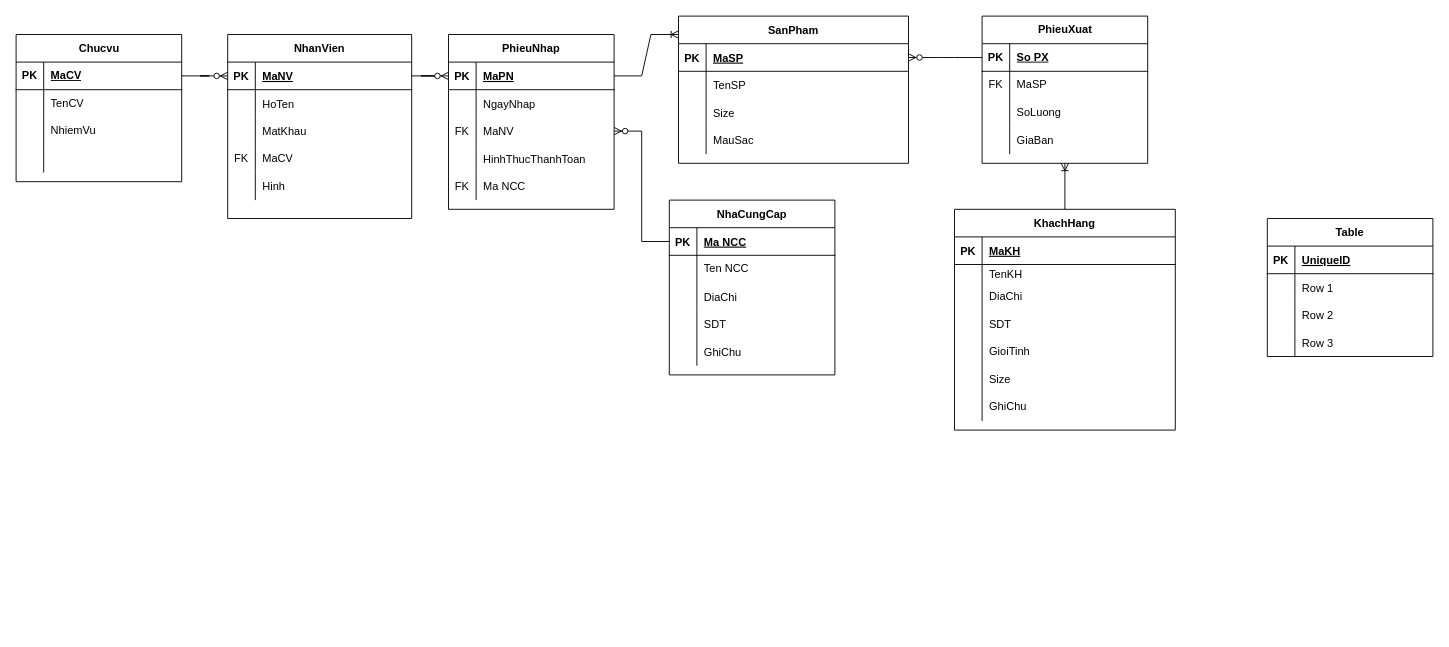
The draw.io diagram ERD.drawio in Westeros091/Snethlios, before the edit. Source tidied: cells renumbered, new cells numbered last; positions are measured from the earlier drawing's top-left corner, leaving out a move shared by most shapes. Both pictures are drawn from the tidied source at 92%, with x=0, y=0 at pixel (16, 16).
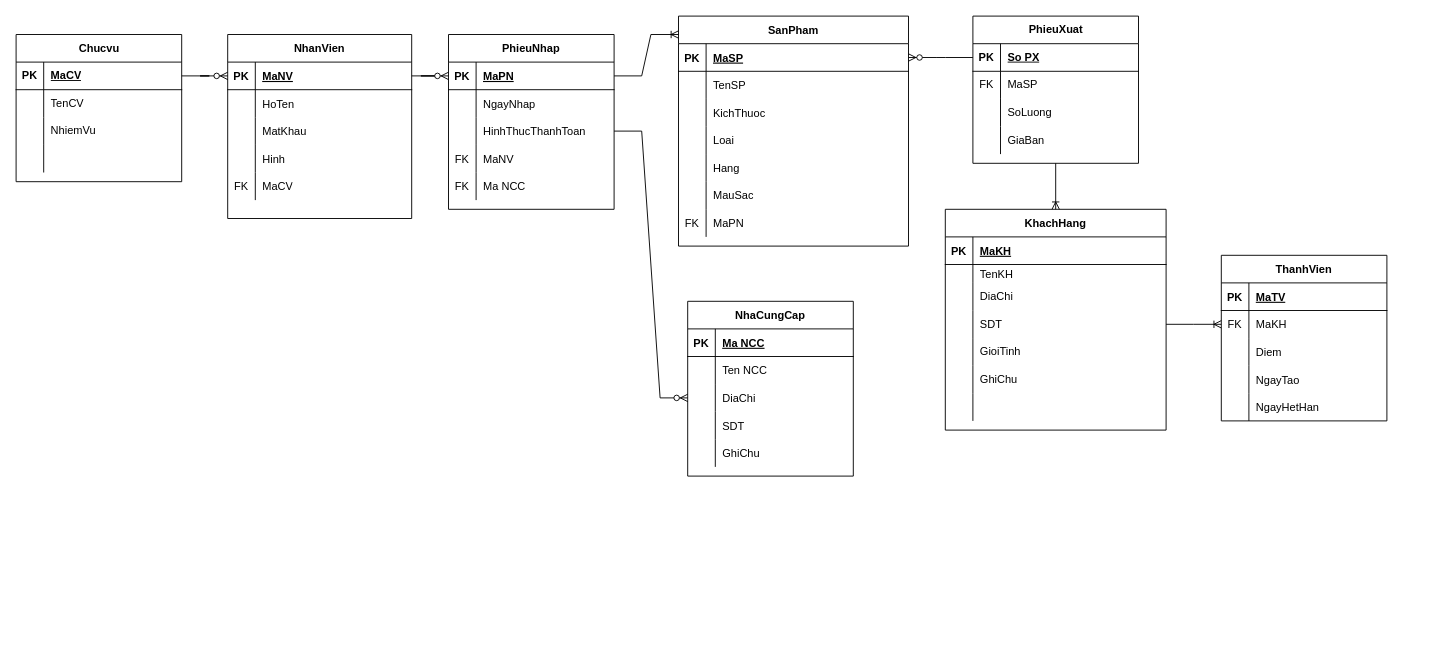
The same page after the edit.

Commit message:
Hieu: ve them trong ERD.drawio

The change refers to these unchanged cells:
```xml
<mxCell id="9" style="shape=partialRectangle;fillColor=none;top=0;left=0;right=0;bottom=0;" parent="2" vertex="1">
  <mxGeometry y="90" width="250" height="30" as="geometry" />
</mxCell>
<mxCell id="25" style="shape=partialRectangle;fillColor=none;points=[[0,0.5],[1,0.5]];portConstraint=eastwest;top=0;left=0;right=0;bottom=0;" parent="15" vertex="1">
  <mxGeometry y="110" width="240" height="30" as="geometry" />
</mxCell>
<mxCell id="37" value="NhanVien" style="shape=table;startSize=30;childLayout=tableLayout;rowLines=0;fontStyle=1;align=center;" parent="1" vertex="1">
  <mxGeometry x="230" y="20" width="200" height="200" as="geometry" />
</mxCell>
<mxCell id="53" value="PhieuNhap" style="shape=table;startSize=30;childLayout=tableLayout;rowLines=0;fontStyle=1;align=center;" parent="1" vertex="1">
  <mxGeometry x="470" y="20" width="180" height="190" as="geometry" />
</mxCell>
<mxCell id="70" style="shape=tableRow;horizontal=0;startSize=0;swimlaneHead=0;swimlaneBody=0;fillColor=none;points=[[0,0.5],[1,0.5]];portConstraint=eastwest;top=0;left=0;right=0;bottom=1;" parent="69" vertex="1">
  <mxGeometry y="30" width="180" height="30" as="geometry" />
</mxCell>
<mxCell id="76" style="shape=tableRow;horizontal=0;startSize=0;swimlaneHead=0;swimlaneBody=0;fillColor=none;points=[[0,0.5],[1,0.5]];portConstraint=eastwest;top=0;left=0;right=0;bottom=0;" parent="69" vertex="1">
  <mxGeometry y="90" width="180" height="30" as="geometry" />
</mxCell>
<mxCell id="119" style="shape=tableRow;horizontal=0;startSize=0;swimlaneHead=0;swimlaneBody=0;fillColor=none;top=0;left=0;right=0;bottom=1;" parent="118" vertex="1">
  <mxGeometry y="30" width="180" height="30" as="geometry" />
</mxCell>
<mxCell id="122" style="shape=tableRow;horizontal=0;startSize=0;swimlaneHead=0;swimlaneBody=0;fillColor=none;points=[[0,0.5],[1,0.5]];portConstraint=eastwest;top=0;left=0;right=0;bottom=0;" parent="118" vertex="1">
  <mxGeometry y="60" width="180" height="30" as="geometry" />
</mxCell>
<mxCell id="125" style="shape=tableRow;horizontal=0;startSize=0;swimlaneHead=0;swimlaneBody=0;fillColor=none;top=0;left=0;right=0;bottom=0;" parent="118" vertex="1">
  <mxGeometry y="90" width="180" height="30" as="geometry" />
</mxCell>
<mxCell id="128" style="shape=tableRow;horizontal=0;startSize=0;swimlaneHead=0;swimlaneBody=0;fillColor=none;top=0;left=0;right=0;bottom=0;" parent="118" vertex="1">
  <mxGeometry y="120" width="180" height="30" as="geometry" />
</mxCell>
```

Change to the diagram source:
```diff
@@
     <mxCell id="2" value="SanPham" style="shape=table;startSize=30;childLayout=tableLayout;rowLines=0;fontStyle=1;align=center;" parent="1" vertex="1">
-      <mxGeometry x="720" width="250" height="160" as="geometry" />
+      <mxGeometry x="720" width="250" height="250" as="geometry" />
     </mxCell>
@@
-    <mxCell id="11" value="Size" style="shape=partialRectangle;overflow=hidden;fillColor=none;top=0;left=0;bottom=0;right=0;align=left;spacingLeft=6;" parent="9" vertex="1">
+    <mxCell id="11" value="KichThuoc" style="shape=partialRectangle;overflow=hidden;fillColor=none;top=0;left=0;bottom=0;right=0;align=left;spacingLeft=6;" parent="9" vertex="1">
       <mxGeometry x="30" width="220" height="30" as="geometry" />
     </mxCell>
+    <mxCell id="131" style="shape=tableRow;horizontal=0;startSize=0;swimlaneHead=0;swimlaneBody=0;fillColor=none;top=0;left=0;right=0;bottom=0;" parent="2" vertex="1">
+      <mxGeometry y="120" width="250" height="30" as="geometry" />
+    </mxCell>
+    <mxCell id="132" style="shape=partialRectangle;fillColor=none;top=0;left=0;bottom=0;right=0;overflow=hidden;" parent="131" vertex="1">
+      <mxGeometry width="30" height="30" as="geometry" />
+    </mxCell>
+    <mxCell id="133" value="Loai" style="shape=partialRectangle;fillColor=none;top=0;left=0;bottom=0;right=0;align=left;spacingLeft=6;overflow=hidden;" parent="131" vertex="1">
+      <mxGeometry x="30" width="220" height="30" as="geometry" />
+    </mxCell>
+    <mxCell id="134" style="shape=tableRow;horizontal=0;startSize=0;swimlaneHead=0;swimlaneBody=0;fillColor=none;top=0;left=0;right=0;bottom=0;" parent="2" vertex="1">
+      <mxGeometry y="150" width="250" height="30" as="geometry" />
+    </mxCell>
+    <mxCell id="135" style="shape=partialRectangle;fillColor=none;top=0;left=0;bottom=0;right=0;overflow=hidden;" parent="134" vertex="1">
+      <mxGeometry width="30" height="30" as="geometry" />
+    </mxCell>
+    <mxCell id="136" value="Hang" style="shape=partialRectangle;fillColor=none;top=0;left=0;bottom=0;right=0;align=left;spacingLeft=6;overflow=hidden;" parent="134" vertex="1">
+      <mxGeometry x="30" width="220" height="30" as="geometry" />
+    </mxCell>
     <mxCell id="12" style="shape=tableRow;horizontal=0;startSize=0;swimlaneHead=0;swimlaneBody=0;fillColor=none;top=0;left=0;right=0;bottom=0;labelBackgroundColor=none;html=1;" parent="2" vertex="1">
-      <mxGeometry y="120" width="250" height="30" as="geometry" />
+      <mxGeometry y="180" width="250" height="30" as="geometry" />
     </mxCell>
@@
+    <mxCell id="137" style="shape=tableRow;horizontal=0;startSize=0;swimlaneHead=0;swimlaneBody=0;fillColor=none;top=0;left=0;right=0;bottom=0;" parent="2" vertex="1">
+      <mxGeometry y="210" width="250" height="30" as="geometry" />
+    </mxCell>
+    <mxCell id="138" value="FK" style="shape=partialRectangle;fillColor=none;top=0;left=0;bottom=0;right=0;fontStyle=0;overflow=hidden;" parent="137" vertex="1">
+      <mxGeometry width="30" height="30" as="geometry" />
+    </mxCell>
+    <mxCell id="139" value="MaPN" style="shape=partialRectangle;fillColor=none;top=0;left=0;bottom=0;right=0;align=left;spacingLeft=6;fontStyle=0;overflow=hidden;" parent="137" vertex="1">
+      <mxGeometry x="30" width="220" height="30" as="geometry" />
+    </mxCell>
     <mxCell id="15" value="KhachHang" style="shape=table;startSize=30;childLayout=tableLayout;rowLines=0;fontStyle=1;align=center;" parent="1" vertex="1">
-      <mxGeometry x="1020" y="210" width="240" height="240" as="geometry" />
+      <mxGeometry x="1010" y="210" width="240" height="240" as="geometry" />
     </mxCell>
@@
+    <mxCell id="34" style="shape=tableRow;horizontal=0;startSize=0;swimlaneHead=0;swimlaneBody=0;fillColor=none;top=0;left=0;right=0;bottom=0;labelBackgroundColor=none;html=1;" parent="15" vertex="1">
+      <mxGeometry y="170" width="240" height="30" as="geometry" />
+    </mxCell>
+    <mxCell id="35" style="shape=partialRectangle;fillColor=none;top=0;left=0;bottom=0;right=0;overflow=hidden;labelBackgroundColor=none;html=1;" parent="34" vertex="1">
+      <mxGeometry width="30" height="30" as="geometry" />
+    </mxCell>
+    <mxCell id="36" value="GhiChu" style="shape=partialRectangle;fillColor=none;top=0;left=0;bottom=0;right=0;align=left;spacingLeft=6;overflow=hidden;labelBackgroundColor=none;html=1;" parent="34" vertex="1">
+      <mxGeometry x="30" width="210" height="30" as="geometry" />
+    </mxCell>
     <mxCell id="31" style="shape=tableRow;horizontal=0;startSize=0;swimlaneHead=0;swimlaneBody=0;fillColor=none;top=0;left=0;right=0;bottom=0;labelBackgroundColor=none;html=1;" parent="15" vertex="1">
-      <mxGeometry y="170" width="240" height="30" as="geometry" />
+      <mxGeometry y="200" width="240" height="30" as="geometry" />
     </mxCell>
@@
-    <mxCell id="33" value="Size" style="shape=partialRectangle;fillColor=none;top=0;left=0;bottom=0;right=0;align=left;spacingLeft=6;overflow=hidden;labelBackgroundColor=none;html=1;" parent="31" vertex="1">
+    <mxCell id="33" style="shape=partialRectangle;fillColor=none;top=0;left=0;bottom=0;right=0;align=left;spacingLeft=6;overflow=hidden;labelBackgroundColor=none;html=1;" parent="31" vertex="1">
       <mxGeometry x="30" width="210" height="30" as="geometry" />
     </mxCell>
-    <mxCell id="34" style="shape=tableRow;horizontal=0;startSize=0;swimlaneHead=0;swimlaneBody=0;fillColor=none;top=0;left=0;right=0;bottom=0;labelBackgroundColor=none;html=1;" parent="15" vertex="1">
-      <mxGeometry y="200" width="240" height="30" as="geometry" />
-    </mxCell>
-    <mxCell id="35" style="shape=partialRectangle;fillColor=none;top=0;left=0;bottom=0;right=0;overflow=hidden;labelBackgroundColor=none;html=1;" parent="34" vertex="1">
-      <mxGeometry width="30" height="30" as="geometry" />
-    </mxCell>
-    <mxCell id="36" value="GhiChu" style="shape=partialRectangle;fillColor=none;top=0;left=0;bottom=0;right=0;align=left;spacingLeft=6;overflow=hidden;labelBackgroundColor=none;html=1;" parent="34" vertex="1">
-      <mxGeometry x="30" width="210" height="30" as="geometry" />
-    </mxCell>
@@
+    <mxCell id="50" style="shape=tableRow;horizontal=0;startSize=0;swimlaneHead=0;swimlaneBody=0;fillColor=none;top=0;left=0;right=0;bottom=0;" parent="37" vertex="1">
+      <mxGeometry y="120" width="200" height="30" as="geometry" />
+    </mxCell>
+    <mxCell id="51" style="shape=partialRectangle;fillColor=none;top=0;left=0;bottom=0;right=0;overflow=hidden;" parent="50" vertex="1">
+      <mxGeometry width="30" height="30" as="geometry" />
+    </mxCell>
+    <mxCell id="52" value="Hinh" style="shape=partialRectangle;fillColor=none;top=0;left=0;bottom=0;right=0;align=left;spacingLeft=6;overflow=hidden;" parent="50" vertex="1">
+      <mxGeometry x="30" width="170" height="30" as="geometry" />
+    </mxCell>
     <mxCell id="47" style="shape=tableRow;horizontal=0;startSize=0;swimlaneHead=0;swimlaneBody=0;fillColor=none;top=0;left=0;right=0;bottom=0;labelBackgroundColor=none;html=1;" parent="37" vertex="1">
-      <mxGeometry y="120" width="200" height="30" as="geometry" />
+      <mxGeometry y="150" width="200" height="30" as="geometry" />
     </mxCell>
@@
-    <mxCell id="50" style="shape=tableRow;horizontal=0;startSize=0;swimlaneHead=0;swimlaneBody=0;fillColor=none;top=0;left=0;right=0;bottom=0;" parent="37" vertex="1">
-      <mxGeometry y="150" width="200" height="30" as="geometry" />
-    </mxCell>
-    <mxCell id="51" style="shape=partialRectangle;fillColor=none;top=0;left=0;bottom=0;right=0;overflow=hidden;" parent="50" vertex="1">
-      <mxGeometry width="30" height="30" as="geometry" />
-    </mxCell>
-    <mxCell id="52" value="Hinh" style="shape=partialRectangle;fillColor=none;top=0;left=0;bottom=0;right=0;align=left;spacingLeft=6;overflow=hidden;" parent="50" vertex="1">
-      <mxGeometry x="30" width="170" height="30" as="geometry" />
-    </mxCell>
@@
+    <mxCell id="63" style="shape=tableRow;horizontal=0;startSize=0;swimlaneHead=0;swimlaneBody=0;fillColor=none;points=[[0,0.5],[1,0.5]];portConstraint=eastwest;top=0;left=0;right=0;bottom=0;" parent="53" vertex="1">
+      <mxGeometry y="90" width="180" height="30" as="geometry" />
+    </mxCell>
+    <mxCell id="64" style="shape=partialRectangle;fillColor=none;top=0;left=0;bottom=0;right=0;overflow=hidden;" parent="63" vertex="1">
+      <mxGeometry width="30" height="30" as="geometry" />
+    </mxCell>
+    <mxCell id="65" value="HinhThucThanhToan" style="shape=partialRectangle;fillColor=none;top=0;left=0;bottom=0;right=0;align=left;spacingLeft=6;overflow=hidden;" parent="63" vertex="1">
+      <mxGeometry x="30" width="150" height="30" as="geometry" />
+    </mxCell>
     <mxCell id="60" style="shape=tableRow;horizontal=0;startSize=0;swimlaneHead=0;swimlaneBody=0;fillColor=none;points=[[0,0.5],[1,0.5]];portConstraint=eastwest;top=0;left=0;right=0;bottom=0;" parent="53" vertex="1">
-      <mxGeometry y="90" width="180" height="30" as="geometry" />
+      <mxGeometry y="120" width="180" height="30" as="geometry" />
     </mxCell>
@@
-    <mxCell id="63" style="shape=tableRow;horizontal=0;startSize=0;swimlaneHead=0;swimlaneBody=0;fillColor=none;points=[[0,0.5],[1,0.5]];portConstraint=eastwest;top=0;left=0;right=0;bottom=0;" parent="53" vertex="1">
-      <mxGeometry y="120" width="180" height="30" as="geometry" />
-    </mxCell>
-    <mxCell id="64" style="shape=partialRectangle;fillColor=none;top=0;left=0;bottom=0;right=0;overflow=hidden;" parent="63" vertex="1">
-      <mxGeometry width="30" height="30" as="geometry" />
-    </mxCell>
-    <mxCell id="65" value="HinhThucThanhToan" style="shape=partialRectangle;fillColor=none;top=0;left=0;bottom=0;right=0;align=left;spacingLeft=6;overflow=hidden;" parent="63" vertex="1">
-      <mxGeometry x="30" width="150" height="30" as="geometry" />
-    </mxCell>
@@
     <mxCell id="69" value="NhaCungCap" style="shape=table;startSize=30;childLayout=tableLayout;rowLines=0;fontStyle=1;align=center;" parent="1" vertex="1">
-      <mxGeometry x="710" y="200" width="180" height="190" as="geometry" />
+      <mxGeometry x="730" y="310" width="180" height="190" as="geometry" />
     </mxCell>
@@
-    <mxCell id="99" style="edgeStyle=entityRelationEdgeStyle;fontSize=12;html=1;endArrow=ERzeroToMany;endFill=1;rounded=0;exitX=0;exitY=0.5;exitDx=0;exitDy=0;entryX=1;entryY=0.5;entryDx=0;entryDy=0;" parent="1" edge="1" source="70" target="60">
+    <mxCell id="99" style="edgeStyle=entityRelationEdgeStyle;fontSize=12;html=1;endArrow=ERzeroToMany;endFill=1;rounded=0;exitX=1;exitY=0.5;exitDx=0;exitDy=0;entryX=0;entryY=0.5;entryDx=0;entryDy=0;" parent="1" edge="1" source="63" target="76">
       <mxGeometry relative="1" as="geometry" />
     </mxCell>
     <mxCell id="100" value="PhieuXuat" style="shape=table;startSize=30;childLayout=tableLayout;rowLines=0;fontStyle=1;align=center;labelBackgroundColor=none;html=1;" parent="1" vertex="1">
-      <mxGeometry x="1050" width="180" height="160" as="geometry" />
+      <mxGeometry x="1040" width="180" height="160" as="geometry" />
     </mxCell>
@@
-    <mxCell id="116" style="fontSize=12;html=1;endArrow=ERoneToMany;rounded=0;exitX=0.5;exitY=0;exitDx=0;exitDy=0;entryX=0.5;entryY=1;entryDx=0;entryDy=0;" parent="1" edge="1" source="15" target="100">
+    <mxCell id="116" style="fontSize=12;html=1;endArrow=none;rounded=0;exitX=0.5;exitY=0;exitDx=0;exitDy=0;entryX=0.5;entryY=1;entryDx=0;entryDy=0;startArrow=ERoneToMany;startFill=0;endFill=0;" parent="1" edge="1" source="15" target="100">
       <mxGeometry relative="1" as="geometry" />
     </mxCell>
@@
-    <mxCell id="118" value="Table" style="shape=table;startSize=30;childLayout=tableLayout;rowLines=0;fontStyle=1;align=center;" parent="1" vertex="1">
-      <mxGeometry x="1360" y="220" width="180" height="150" as="geometry" />
+    <mxCell id="118" value="ThanhVien" style="shape=table;startSize=30;childLayout=tableLayout;rowLines=0;fontStyle=1;align=center;" parent="1" vertex="1">
+      <mxGeometry x="1310" y="260" width="180" height="180" as="geometry" />
     </mxCell>
@@
-    <mxCell id="121" value="UniqueID" style="shape=partialRectangle;fillColor=none;top=0;left=0;bottom=0;right=0;align=left;spacingLeft=6;fontStyle=5;overflow=hidden;" parent="119" vertex="1">
+    <mxCell id="121" value="MaTV" style="shape=partialRectangle;fillColor=none;top=0;left=0;bottom=0;right=0;align=left;spacingLeft=6;fontStyle=5;overflow=hidden;" parent="119" vertex="1">
       <mxGeometry x="30" width="150" height="30" as="geometry" />
     </mxCell>
@@
-    <mxCell id="123" style="shape=partialRectangle;fillColor=none;top=0;left=0;bottom=0;right=0;overflow=hidden;" parent="122" vertex="1">
+    <mxCell id="123" value="FK" style="shape=partialRectangle;fillColor=none;top=0;left=0;bottom=0;right=0;overflow=hidden;" parent="122" vertex="1">
       <mxGeometry width="30" height="30" as="geometry" />
     </mxCell>
-    <mxCell id="124" value="Row 1" style="shape=partialRectangle;fillColor=none;top=0;left=0;bottom=0;right=0;align=left;spacingLeft=6;overflow=hidden;" parent="122" vertex="1">
+    <mxCell id="124" value="MaKH" style="shape=partialRectangle;fillColor=none;top=0;left=0;bottom=0;right=0;align=left;spacingLeft=6;overflow=hidden;" parent="122" vertex="1">
       <mxGeometry x="30" width="150" height="30" as="geometry" />
     </mxCell>
@@
-    <mxCell id="127" value="Row 2" style="shape=partialRectangle;fillColor=none;top=0;left=0;bottom=0;right=0;align=left;spacingLeft=6;overflow=hidden;" parent="125" vertex="1">
+    <mxCell id="127" value="Diem" style="shape=partialRectangle;fillColor=none;top=0;left=0;bottom=0;right=0;align=left;spacingLeft=6;overflow=hidden;" parent="125" vertex="1">
       <mxGeometry x="30" width="150" height="30" as="geometry" />
     </mxCell>
@@
-    <mxCell id="129" style="shape=partialRectangle;fillColor=none;top=0;left=0;bottom=0;right=0;overflow=hidden;" parent="128" vertex="1">
-      <mxGeometry width="30" height="30" as="geometry" />
-    </mxCell>
-    <mxCell id="130" value="Row 3" style="shape=partialRectangle;fillColor=none;top=0;left=0;bottom=0;right=0;align=left;spacingLeft=6;overflow=hidden;" parent="128" vertex="1">
-      <mxGeometry x="30" width="150" height="30" as="geometry" />
-    </mxCell>
+    <mxCell id="140" style="shape=partialRectangle;fillColor=none;top=0;left=0;bottom=0;right=0;overflow=hidden;" parent="128" vertex="1">
+      <mxGeometry width="30" height="30" as="geometry" />
+    </mxCell>
+    <mxCell id="141" value="NgayTao" style="shape=partialRectangle;fillColor=none;top=0;left=0;bottom=0;right=0;align=left;spacingLeft=6;overflow=hidden;" parent="128" vertex="1">
+      <mxGeometry x="30" width="150" height="30" as="geometry" />
+    </mxCell>
+    <mxCell id="142" style="shape=tableRow;horizontal=0;startSize=0;swimlaneHead=0;swimlaneBody=0;fillColor=none;top=0;left=0;right=0;bottom=0;" parent="118" vertex="1">
+      <mxGeometry y="150" width="180" height="30" as="geometry" />
+    </mxCell>
+    <mxCell id="143" style="shape=partialRectangle;fillColor=none;top=0;left=0;bottom=0;right=0;overflow=hidden;" parent="142" vertex="1">
+      <mxGeometry width="30" height="30" as="geometry" />
+    </mxCell>
+    <mxCell id="144" value="NgayHetHan" style="shape=partialRectangle;fillColor=none;top=0;left=0;bottom=0;right=0;align=left;spacingLeft=6;overflow=hidden;" parent="142" vertex="1">
+      <mxGeometry x="30" width="150" height="30" as="geometry" />
+    </mxCell>
+    <mxCell id="145" style="edgeStyle=entityRelationEdgeStyle;fontSize=12;html=1;endArrow=ERoneToMany;rounded=0;entryX=0;entryY=0.5;entryDx=0;entryDy=0;exitX=1;exitY=0.5;exitDx=0;exitDy=0;" parent="1" edge="1" source="25" target="122">
+      <mxGeometry relative="1" as="geometry" />
+    </mxCell>
```
